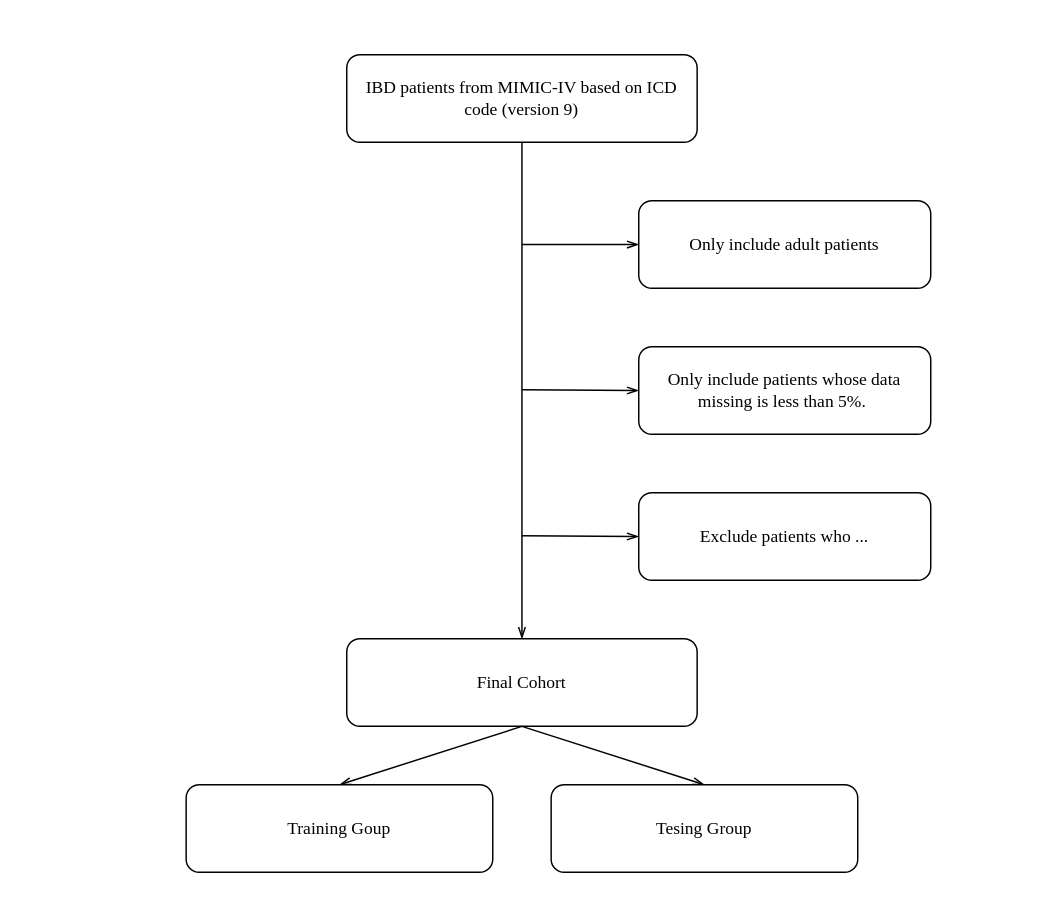
Above: procedures.drawio in sitdownkevin/ImageHosting (draw.io), before the change. Source tidied: cells renumbered, new cells numbered last; positions are measured from the earlier drawing's top-left corner, leaving out a move shared by most shapes. Both pictures are drawn from the tidied source at 146%, with x=0, y=0 at pixel (185, 54).
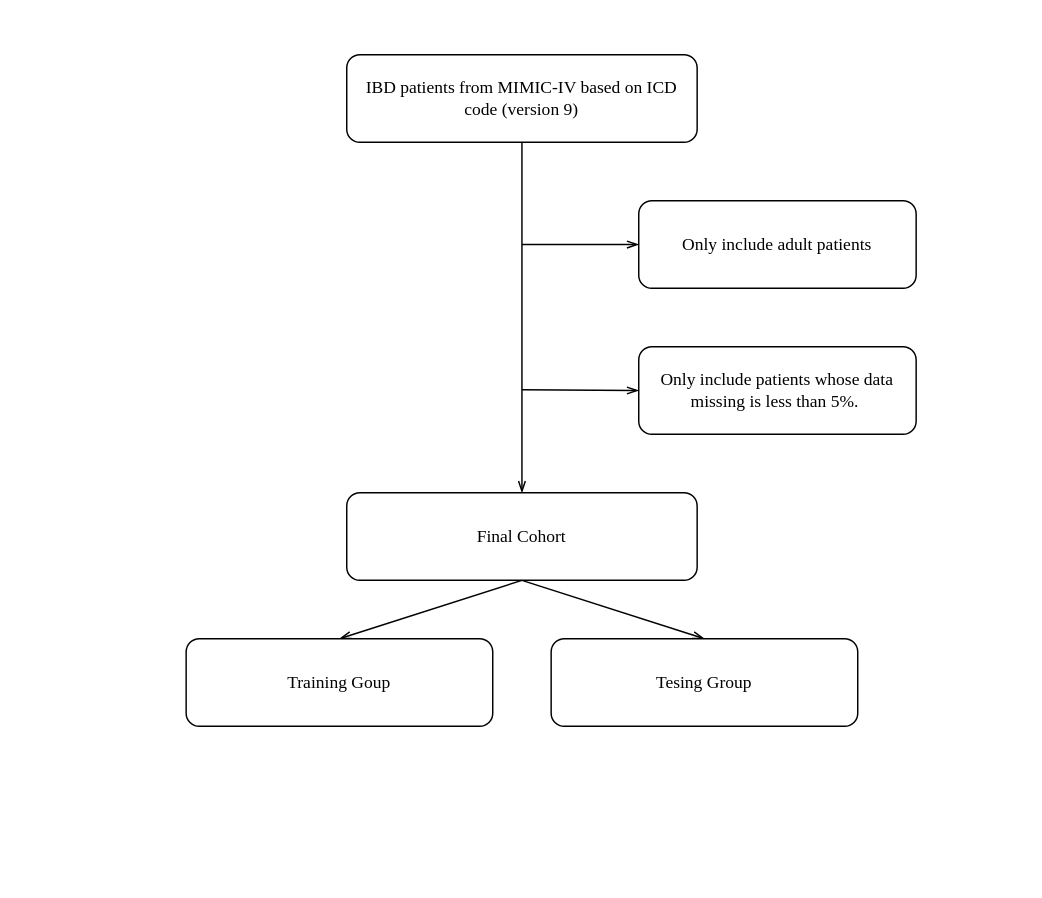
After the change.

What changed in the source:
```diff
@@
 <mxGraphModel>
   <root>
     <mxCell id="0" />
     <mxCell id="1" parent="0" />
+    <mxCell id="15" style="rounded=0;whiteSpace=wrap;html=1;strokeColor=none;" parent="1" vertex="1">
+      <mxGeometry x="-110" y="-20" width="680" height="500" as="geometry" />
+    </mxCell>
     <mxCell id="2" style="rounded=0;jettySize=auto;html=1;endArrow=openThin;endFill=0;fontFamily=Times New Roman;" parent="1" edge="1" source="3" target="4">
       <mxGeometry relative="1" as="geometry" />
     </mxCell>
     <mxCell id="3" value="IBD patients from MIMIC-IV based on ICD code (version 9)" style="rounded=1;whiteSpace=wrap;html=1;fontFamily=Times New Roman;" parent="1" vertex="1">
       <mxGeometry x="110" width="240" height="60" as="geometry" />
     </mxCell>
     <mxCell id="4" value="Final Cohort" style="rounded=1;whiteSpace=wrap;html=1;fontFamily=Times New Roman;" parent="1" vertex="1">
-      <mxGeometry x="110" y="400" width="240" height="60" as="geometry" />
+      <mxGeometry x="110" y="300" width="240" height="60" as="geometry" />
     </mxCell>
     <mxCell id="5" value="Only include adult patients" style="rounded=1;whiteSpace=wrap;html=1;fontFamily=Times New Roman;" parent="1" vertex="1">
-      <mxGeometry x="310" y="100" width="200" height="60" as="geometry" />
+      <mxGeometry x="310" y="100" width="190" height="60" as="geometry" />
     </mxCell>
     <mxCell id="6" value="Only include patients whose data missing is less than 5%.&amp;nbsp;" style="rounded=1;whiteSpace=wrap;html=1;fontFamily=Times New Roman;" parent="1" vertex="1">
-      <mxGeometry x="310" y="200" width="200" height="60" as="geometry" />
+      <mxGeometry x="310" y="200" width="190" height="60" as="geometry" />
     </mxCell>
-    <mxCell id="7" value="Exclude patients who ..." style="rounded=1;whiteSpace=wrap;html=1;fontFamily=Times New Roman;" parent="1" vertex="1">
-      <mxGeometry x="310" y="300" width="200" height="60" as="geometry" />
-    </mxCell>
     <mxCell id="8" style="endArrow=openThin;html=1;rounded=0;entryX=0;entryY=0.5;entryDx=0;entryDy=0;endFill=0;fontFamily=Times New Roman;" parent="1" edge="1" target="5">
       <mxGeometry relative="1" as="geometry">
         <mxPoint x="230" y="130" as="sourcePoint" />
       </mxGeometry>
     </mxCell>
     <mxCell id="9" style="endArrow=openThin;html=1;rounded=0;entryX=0;entryY=0.5;entryDx=0;entryDy=0;endFill=0;fontFamily=Times New Roman;" parent="1" edge="1" target="6">
       <mxGeometry relative="1" as="geometry">
         <mxPoint x="230" y="229.5" as="sourcePoint" />
       </mxGeometry>
     </mxCell>
     <mxCell id="10" value="Training Goup" style="rounded=1;whiteSpace=wrap;html=1;fontFamily=Times New Roman;" parent="1" vertex="1">
-      <mxGeometry y="500" width="210" height="60" as="geometry" />
+      <mxGeometry y="400" width="210" height="60" as="geometry" />
     </mxCell>
     <mxCell id="11" value="Tesing Group" style="rounded=1;whiteSpace=wrap;html=1;fontFamily=Times New Roman;" parent="1" vertex="1">
-      <mxGeometry x="250" y="500" width="210" height="60" as="geometry" />
+      <mxGeometry x="250" y="400" width="210" height="60" as="geometry" />
     </mxCell>
     <mxCell id="12" style="endArrow=openThin;html=1;rounded=0;exitX=0.5;exitY=1;exitDx=0;exitDy=0;entryX=0.5;entryY=0;entryDx=0;entryDy=0;endFill=0;fontFamily=Times New Roman;" parent="1" edge="1" source="4" target="10">
       <mxGeometry relative="1" as="geometry" />
     </mxCell>
     <mxCell id="13" style="endArrow=openThin;html=1;rounded=0;exitX=0.5;exitY=1;exitDx=0;exitDy=0;entryX=0.5;entryY=0;entryDx=0;entryDy=0;endFill=0;fontFamily=Times New Roman;" parent="1" edge="1" source="4" target="11">
       <mxGeometry relative="1" as="geometry" />
     </mxCell>
-    <mxCell id="14" style="endArrow=openThin;html=1;rounded=0;entryX=0;entryY=0.5;entryDx=0;entryDy=0;endFill=0;fontFamily=Times New Roman;" parent="1" edge="1">
-      <mxGeometry relative="1" as="geometry">
-        <mxPoint x="230" y="329.5" as="sourcePoint" />
-        <mxPoint x="310" y="330" as="targetPoint" />
-      </mxGeometry>
-    </mxCell>
   </root>
 </mxGraphModel>
```
